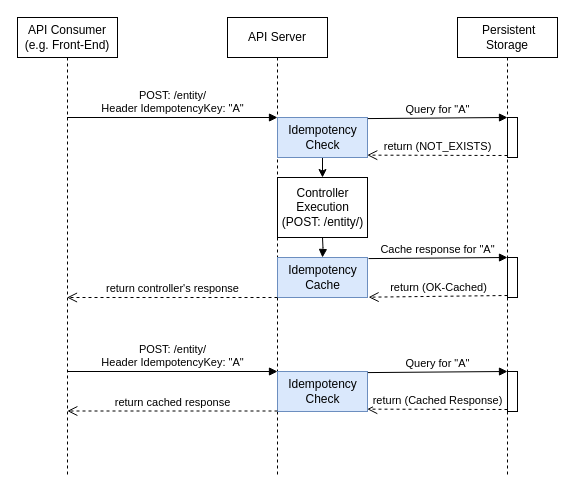
Before: etc/IdempotentAPI_FlowExample.drawio in ikyriak/IdempotentAPI, a draw.io diagram. Source tidied: cells renumbered, new cells numbered last; positions are measured from the earlier drawing's top-left corner, leaving out a move shared by most shapes. Both pictures are drawn from the tidied source at 100%, with x=0, y=0 at pixel (17, 17).
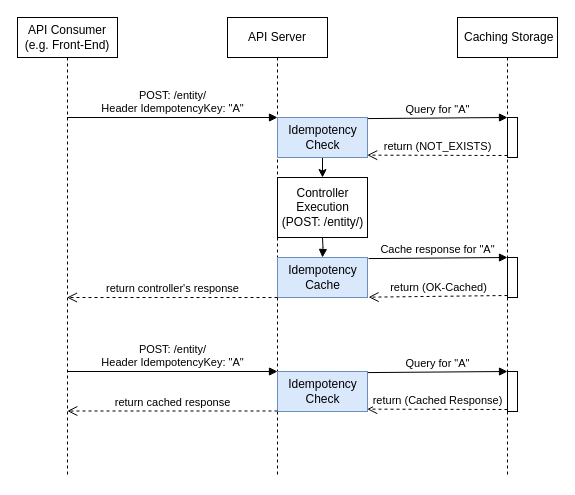
After the change.

Diff of the diagram source:
```diff
@@
-    <mxCell id="8" value="&amp;nbsp;Persistent Storage" style="shape=umlLifeline;perimeter=lifelinePerimeter;whiteSpace=wrap;html=1;" parent="1" vertex="1">
+    <mxCell id="8" value="&amp;nbsp;Caching Storage" style="shape=umlLifeline;perimeter=lifelinePerimeter;whiteSpace=wrap;html=1;" parent="1" vertex="1">
       <mxGeometry x="440" width="100" height="460" as="geometry" />
     </mxCell>
```
